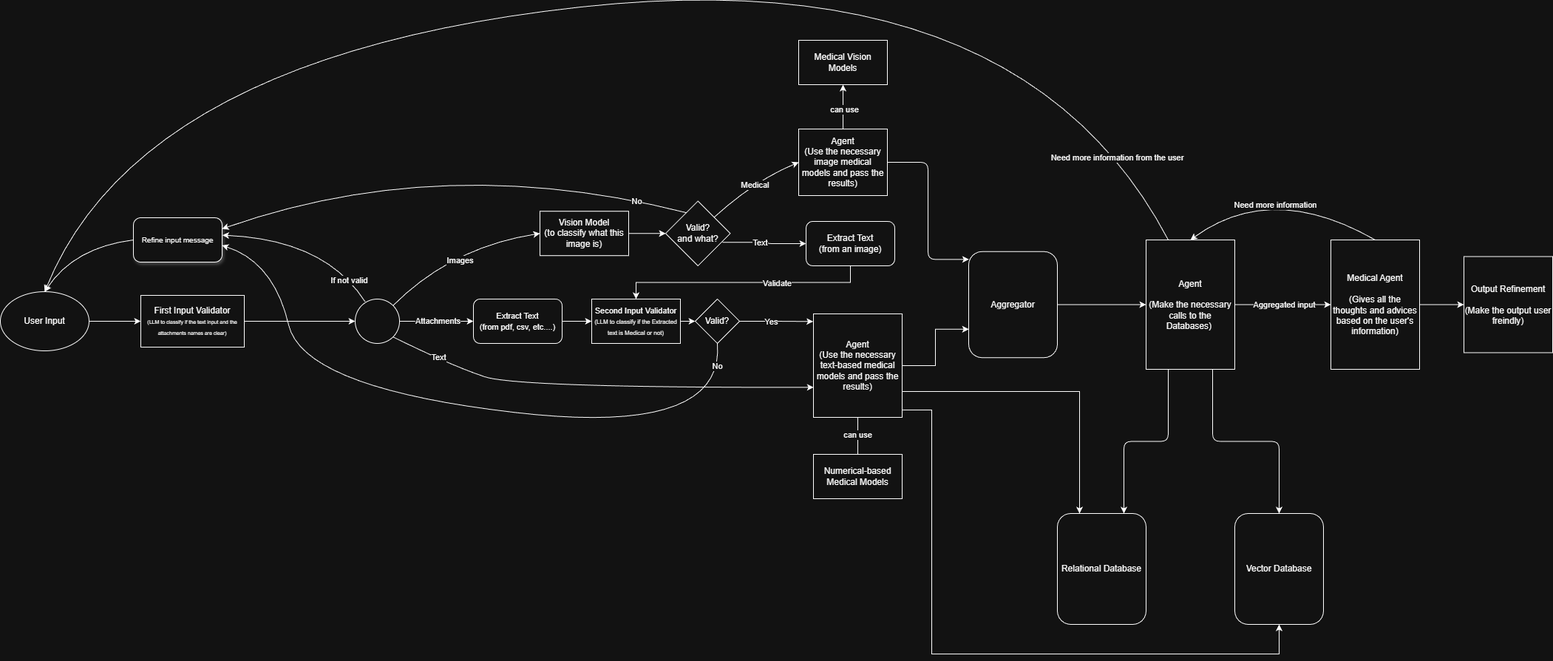
Earlier version of the draw.io export Workflow Diagram/Workflow Diagram.drawio.png (Health-Agentic-AI/Health-Navigator). Source tidied: cells renumbered, new cells last; positions are measured from the earlier drawing's top-left corner, leaving out a move shared by most shapes.
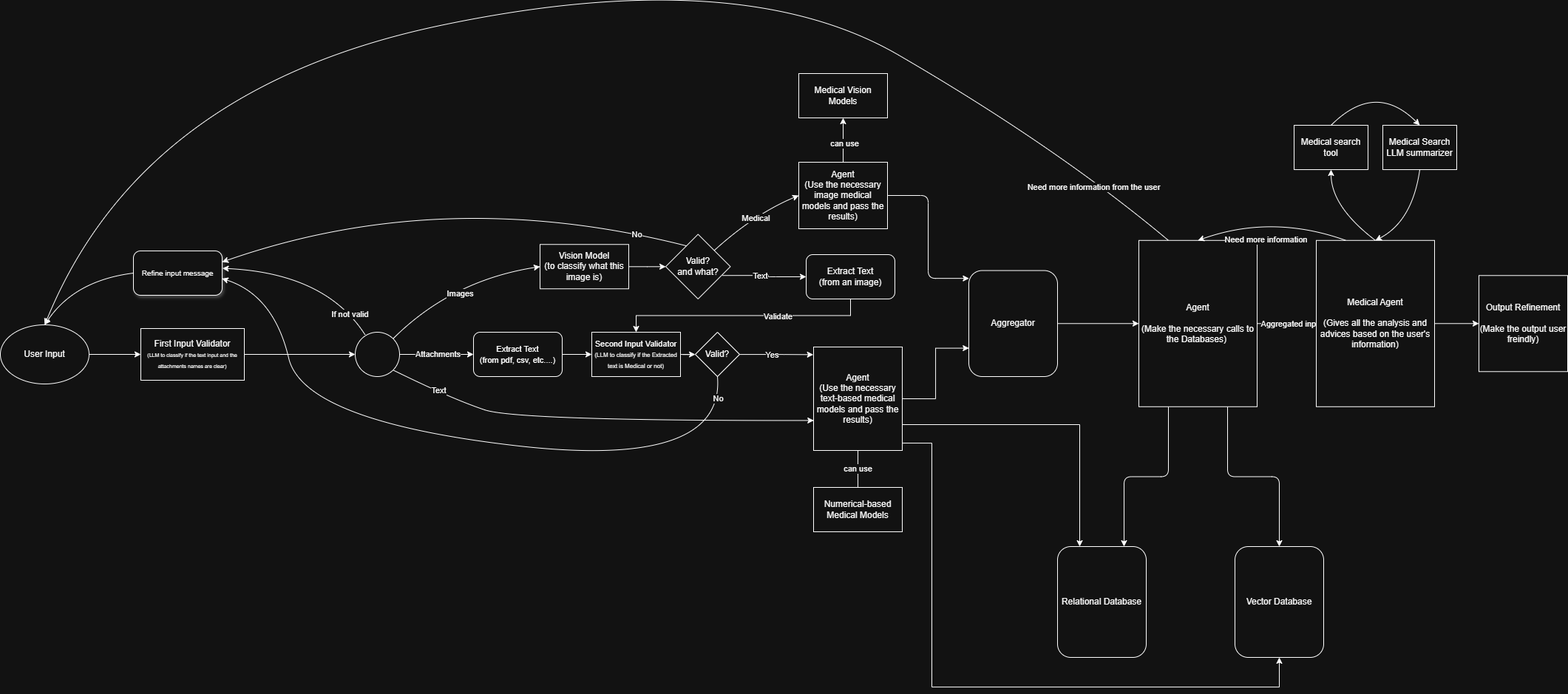
After the commit.

Commit message:
Add a medical search tool

The edit, as a diff of the source:
```diff
@@ -137,7 +137,7 @@
       <mxGeometry relative="1" as="geometry" />
     </mxCell>
     <mxCell id="37" value="Aggregator" style="rounded=1;whiteSpace=wrap;html=1;glass=0;" parent="1" vertex="1">
-      <mxGeometry x="1310" y="395.8" width="120" height="143.4" as="geometry" />
+      <mxGeometry x="1310" y="376.6" width="120" height="143.4" as="geometry" />
     </mxCell>
     <mxCell id="38" style="edgeStyle=orthogonalEdgeStyle;jettySize=auto;html=1;exitX=1;exitY=0.5;exitDx=0;exitDy=0;entryX=0.003;entryY=0.074;entryDx=0;entryDy=0;entryPerimeter=0;" parent="1" edge="1" source="26" target="37">
       <mxGeometry relative="1" as="geometry" />
@@ -178,7 +178,7 @@
       </mxGeometry>
     </mxCell>
     <mxCell id="48" value="Agent&lt;div&gt;&lt;br&gt;&lt;div&gt;(Make the&amp;nbsp;necessary calls to the Databases)&amp;nbsp;&lt;/div&gt;&lt;/div&gt;" style="rounded=0;whiteSpace=wrap;html=1;" parent="1" vertex="1">
-      <mxGeometry x="1550" y="380" width="120" height="175" as="geometry" />
+      <mxGeometry x="1540" y="335.8" width="160" height="225" as="geometry" />
     </mxCell>
     <mxCell id="49" value="Vector Database" style="rounded=1;whiteSpace=wrap;html=1;" parent="1" vertex="1">
       <mxGeometry x="1670" y="750" width="120" height="150" as="geometry" />
@@ -189,11 +189,11 @@
     <mxCell id="51" style="edgeStyle=orthogonalEdgeStyle;jettySize=auto;html=1;exitX=1;exitY=0.5;exitDx=0;exitDy=0;entryX=0;entryY=0.5;entryDx=0;entryDy=0;" parent="1" edge="1" source="52" target="53">
       <mxGeometry relative="1" as="geometry" />
     </mxCell>
-    <mxCell id="52" value="Medical Agent&lt;div&gt;&lt;br&gt;&lt;div&gt;(Gives all the thoughts and advices based on the user's information)&lt;/div&gt;&lt;/div&gt;" style="rounded=0;whiteSpace=wrap;html=1;" parent="1" vertex="1">
-      <mxGeometry x="1800" y="380" width="120" height="175" as="geometry" />
+    <mxCell id="52" value="Medical Agent&lt;div&gt;&lt;br&gt;&lt;div&gt;(Gives all the analysis and advices based on the user's information)&lt;/div&gt;&lt;/div&gt;" style="rounded=0;whiteSpace=wrap;html=1;" parent="1" vertex="1">
+      <mxGeometry x="1780" y="335.8" width="160" height="225" as="geometry" />
     </mxCell>
     <mxCell id="53" value="Output Refinement&lt;div&gt;&lt;br&gt;&lt;/div&gt;&lt;div&gt;(Make the output user freindly)&lt;/div&gt;" style="rounded=0;whiteSpace=wrap;html=1;" parent="1" vertex="1">
-      <mxGeometry x="1980" y="402.5" width="120" height="130" as="geometry" />
+      <mxGeometry x="2000" y="383.3" width="120" height="130" as="geometry" />
     </mxCell>
     <mxCell id="54" style="edgeStyle=orthogonalEdgeStyle;rounded=0;jettySize=auto;html=1;exitX=1;exitY=0.75;exitDx=0;exitDy=0;entryX=0.25;entryY=0;entryDx=0;entryDy=0;" parent="1" edge="1" source="56" target="50">
       <mxGeometry relative="1" as="geometry" />
@@ -223,7 +223,7 @@
     <mxCell id="60" style="edgeStyle=orthogonalEdgeStyle;rounded=0;jettySize=auto;html=1;exitX=1;exitY=0.5;exitDx=0;exitDy=0;entryX=0.002;entryY=0.732;entryDx=0;entryDy=0;entryPerimeter=0;" parent="1" edge="1" source="56" target="37">
       <mxGeometry relative="1" as="geometry" />
     </mxCell>
-    <mxCell id="61" style="curved=1;endArrow=classic;html=1;rounded=0;exitX=0.5;exitY=0;exitDx=0;exitDy=0;entryX=0.5;entryY=0;entryDx=0;entryDy=0;" parent="1" edge="1" source="52" target="48">
+    <mxCell id="61" style="curved=1;endArrow=classic;html=1;rounded=0;exitX=0.25;exitY=0;exitDx=0;exitDy=0;entryX=0.5;entryY=0;entryDx=0;entryDy=0;" parent="1" edge="1" source="52" target="48">
       <mxGeometry relative="1" as="geometry">
         <Array as="points">
           <mxPoint x="1720" y="300" />
@@ -236,7 +236,8 @@
     <mxCell id="63" style="curved=1;endArrow=classic;html=1;rounded=0;exitX=0.25;exitY=0;exitDx=0;exitDy=0;entryX=0.5;entryY=0;entryDx=0;entryDy=0;" parent="1" edge="1" source="48" target="3">
       <mxGeometry relative="1" as="geometry">
         <Array as="points">
-          <mxPoint x="1380" />
+          <mxPoint x="1430" y="210" />
+          <mxPoint x="1000" y="-40" />
           <mxPoint x="190" y="130" />
         </Array>
       </mxGeometry>
@@ -247,5 +248,32 @@
     <mxCell id="65" value="Medical Vision Models" style="whiteSpace=wrap;html=1;rounded=0;" parent="1" vertex="1">
       <mxGeometry x="1080" y="110" width="120" height="60" as="geometry" />
     </mxCell>
+    <mxCell id="66" value="Medical search tool" style="rounded=0;whiteSpace=wrap;html=1;" parent="1" vertex="1">
+      <mxGeometry x="1750" y="180" width="100" height="60" as="geometry" />
+    </mxCell>
+    <mxCell id="67" value="Medical Search LLM summarizer" style="rounded=0;whiteSpace=wrap;html=1;" parent="1" vertex="1">
+      <mxGeometry x="1870" y="180" width="100" height="60" as="geometry" />
+    </mxCell>
+    <mxCell id="68" style="curved=1;endArrow=classic;html=1;rounded=0;entryX=0.5;entryY=1;entryDx=0;entryDy=0;exitX=0.5;exitY=0;exitDx=0;exitDy=0;" parent="1" edge="1" source="52" target="66">
+      <mxGeometry relative="1" as="geometry">
+        <Array as="points">
+          <mxPoint x="1800" y="290" />
+        </Array>
+      </mxGeometry>
+    </mxCell>
+    <mxCell id="69" style="curved=1;endArrow=classic;html=1;rounded=0;entryX=0.5;entryY=0;entryDx=0;entryDy=0;exitX=0.5;exitY=0;exitDx=0;exitDy=0;" parent="1" edge="1" source="66" target="67">
+      <mxGeometry relative="1" as="geometry">
+        <Array as="points">
+          <mxPoint x="1860" y="120" />
+        </Array>
+      </mxGeometry>
+    </mxCell>
+    <mxCell id="70" style="curved=1;endArrow=classic;html=1;rounded=0;exitX=0.5;exitY=1;exitDx=0;exitDy=0;entryX=0.5;entryY=0;entryDx=0;entryDy=0;" parent="1" edge="1" source="67" target="52">
+      <mxGeometry relative="1" as="geometry">
+        <Array as="points">
+          <mxPoint x="1910" y="310" />
+        </Array>
+      </mxGeometry>
+    </mxCell>
   </root>
 </mxGraphModel>
```
